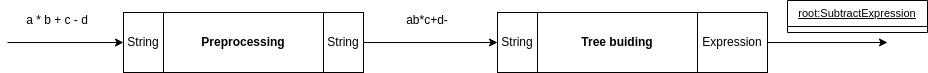
Earlier version of the draw.io export images/pipeline.png (mokira3d48/suko). Source tidied: cells renumbered, new cells last; positions are measured from the earlier drawing's top-left corner, leaving out a move shared by most shapes.
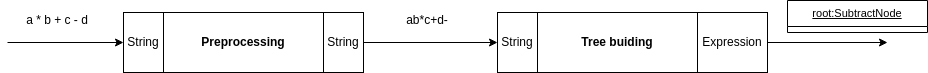
The same file after the commit.

Change to the diagram source:
```diff
@@ -45,7 +45,7 @@
     <mxCell id="14" value="Expression" style="rounded=0;whiteSpace=wrap;html=1;" parent="11" vertex="1">
       <mxGeometry x="200" width="70" height="60" as="geometry" />
     </mxCell>
-    <mxCell id="15" value="&lt;font size=&quot;1&quot; style=&quot;&quot;&gt;&lt;u style=&quot;font-size: 11px;&quot;&gt;root:SubtractExpression&lt;/u&gt;&lt;/font&gt;" style="swimlane;fontStyle=0;horizontal=1;startSize=26;fillColor=none;whiteSpace=wrap;html=1;" parent="1" vertex="1">
+    <mxCell id="15" value="&lt;font size=&quot;1&quot; style=&quot;&quot;&gt;&lt;u style=&quot;font-size: 11px;&quot;&gt;root:SubtractNode&lt;/u&gt;&lt;/font&gt;" style="swimlane;fontStyle=0;horizontal=1;startSize=26;fillColor=none;whiteSpace=wrap;html=1;" parent="1" vertex="1">
       <mxGeometry x="780" width="140" height="32" as="geometry" />
     </mxCell>
   </root>
```
